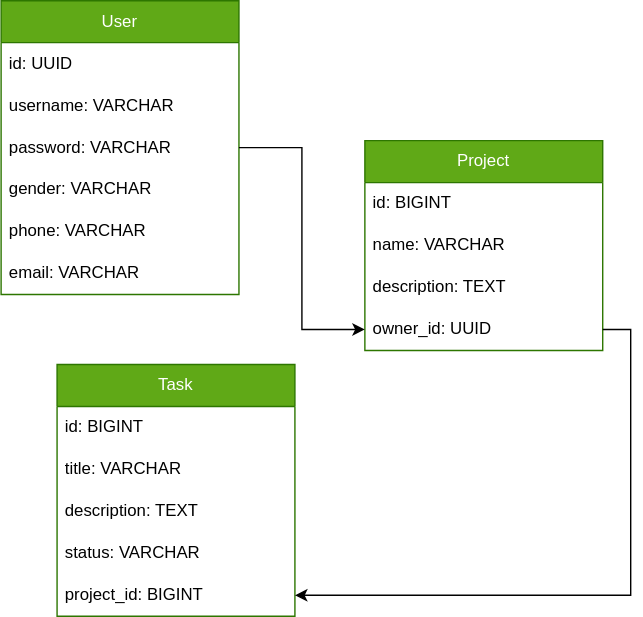
This is images/model.svg from a-slelin/TaskManagement, a draw.io export, as it was before one commit. Source tidied: cells renumbered, new cells last; positions are measured from the earlier drawing's top-left corner, leaving out a move shared by most shapes. Source of this version:
```xml
<mxGraphModel background="#FFFFFF">
  <root>
    <mxCell id="0" />
    <mxCell id="1" parent="0" />
    <mxCell id="2" value="User" style="swimlane;fontStyle=0;horizontal=1;startSize=30;whiteSpace=wrap;html=1;fillColor=#60a917;fontColor=#ffffff;strokeColor=#2D7600;" parent="1" vertex="1">
      <mxGeometry width="170" height="210" as="geometry" />
    </mxCell>
    <mxCell id="3" value="id: UUID" style="text;strokeColor=none;fillColor=none;align=left;verticalAlign=middle;spacingLeft=4;spacingRight=4;overflow=hidden;whiteSpace=wrap;html=1;" parent="2" vertex="1">
      <mxGeometry y="30" width="170" height="30" as="geometry" />
    </mxCell>
    <mxCell id="4" value="username: VARCHAR" style="text;strokeColor=none;fillColor=none;align=left;verticalAlign=middle;spacingLeft=4;spacingRight=4;overflow=hidden;whiteSpace=wrap;html=1;" parent="2" vertex="1">
      <mxGeometry y="60" width="170" height="30" as="geometry" />
    </mxCell>
    <mxCell id="5" value="password: VARCHAR" style="text;strokeColor=none;fillColor=none;align=left;verticalAlign=middle;spacingLeft=4;spacingRight=4;overflow=hidden;points=[[0,0.5],[1,0.5]];portConstraint=eastwest;whiteSpace=wrap;html=1;" parent="2" vertex="1">
      <mxGeometry y="90" width="170" height="30" as="geometry" />
    </mxCell>
    <mxCell id="6" value="gender: VARCHAR" style="text;strokeColor=none;fillColor=none;align=left;verticalAlign=middle;spacingLeft=4;spacingRight=4;overflow=hidden;whiteSpace=wrap;html=1;" parent="2" vertex="1">
      <mxGeometry y="120" width="170" height="30" as="geometry" />
    </mxCell>
    <mxCell id="7" value="phone: VARCHAR" style="text;strokeColor=none;fillColor=none;align=left;verticalAlign=middle;spacingLeft=4;spacingRight=4;overflow=hidden;whiteSpace=wrap;html=1;" parent="2" vertex="1">
      <mxGeometry y="150" width="170" height="30" as="geometry" />
    </mxCell>
    <mxCell id="8" value="email: VARCHAR" style="text;strokeColor=none;fillColor=none;align=left;verticalAlign=middle;spacingLeft=4;spacingRight=4;overflow=hidden;whiteSpace=wrap;html=1;" parent="2" vertex="1">
      <mxGeometry y="180" width="170" height="30" as="geometry" />
    </mxCell>
    <mxCell id="9" value="Project" style="swimlane;fontStyle=0;horizontal=1;startSize=30;whiteSpace=wrap;html=1;fillColor=#60a917;fontColor=#ffffff;strokeColor=#2D7600;" parent="1" vertex="1">
      <mxGeometry x="260" y="100" width="170" height="150" as="geometry" />
    </mxCell>
    <mxCell id="10" value="id: BIGINT" style="text;strokeColor=none;fillColor=none;align=left;verticalAlign=middle;spacingLeft=4;spacingRight=4;overflow=hidden;whiteSpace=wrap;html=1;" parent="9" vertex="1">
      <mxGeometry y="30" width="170" height="30" as="geometry" />
    </mxCell>
    <mxCell id="11" value="name: VARCHAR" style="text;strokeColor=none;fillColor=none;align=left;verticalAlign=middle;spacingLeft=4;spacingRight=4;overflow=hidden;whiteSpace=wrap;html=1;" parent="9" vertex="1">
      <mxGeometry y="60" width="170" height="30" as="geometry" />
    </mxCell>
    <mxCell id="12" value="description: TEXT" style="text;strokeColor=none;fillColor=none;align=left;verticalAlign=middle;spacingLeft=4;spacingRight=4;overflow=hidden;whiteSpace=wrap;html=1;" parent="9" vertex="1">
      <mxGeometry y="90" width="170" height="30" as="geometry" />
    </mxCell>
    <mxCell id="13" value="owner_id: UUID" style="text;strokeColor=none;fillColor=none;align=left;verticalAlign=middle;spacingLeft=4;spacingRight=4;overflow=hidden;points=[[0,0.5],[1,0.5]];portConstraint=eastwest;whiteSpace=wrap;html=1;" parent="9" vertex="1">
      <mxGeometry y="120" width="170" height="30" as="geometry" />
    </mxCell>
    <mxCell id="14" style="edgeStyle=orthogonalEdgeStyle;rounded=0;jettySize=auto;html=1;exitX=1;exitY=0.5;exitDx=0;exitDy=0;entryX=0;entryY=0.5;entryDx=0;entryDy=0;" parent="1" edge="1" source="5" target="13">
      <mxGeometry relative="1" as="geometry" />
    </mxCell>
    <mxCell id="15" value="Task" style="swimlane;fontStyle=0;horizontal=1;startSize=30;whiteSpace=wrap;html=1;fillColor=#60a917;fontColor=#ffffff;strokeColor=#2D7600;" parent="1" vertex="1">
      <mxGeometry x="40" y="260" width="170" height="180" as="geometry" />
    </mxCell>
    <mxCell id="16" value="id: BIGINT" style="text;strokeColor=none;fillColor=none;align=left;verticalAlign=middle;spacingLeft=4;spacingRight=4;overflow=hidden;whiteSpace=wrap;html=1;" parent="15" vertex="1">
      <mxGeometry y="30" width="170" height="30" as="geometry" />
    </mxCell>
    <mxCell id="17" value="title: VARCHAR" style="text;strokeColor=none;fillColor=none;align=left;verticalAlign=middle;spacingLeft=4;spacingRight=4;overflow=hidden;whiteSpace=wrap;html=1;" parent="15" vertex="1">
      <mxGeometry y="60" width="170" height="30" as="geometry" />
    </mxCell>
    <mxCell id="18" value="description: TEXT" style="text;strokeColor=none;fillColor=none;align=left;verticalAlign=middle;spacingLeft=4;spacingRight=4;overflow=hidden;whiteSpace=wrap;html=1;" parent="15" vertex="1">
      <mxGeometry y="90" width="170" height="30" as="geometry" />
    </mxCell>
    <mxCell id="19" value="status: VARCHAR" style="text;strokeColor=none;fillColor=none;align=left;verticalAlign=middle;spacingLeft=4;spacingRight=4;overflow=hidden;whiteSpace=wrap;html=1;" parent="15" vertex="1">
      <mxGeometry y="120" width="170" height="30" as="geometry" />
    </mxCell>
    <mxCell id="20" value="project_id: BIGINT" style="text;strokeColor=none;fillColor=none;align=left;verticalAlign=middle;spacingLeft=4;spacingRight=4;overflow=hidden;points=[[0,0.5],[1,0.5]];portConstraint=eastwest;whiteSpace=wrap;html=1;" parent="15" vertex="1">
      <mxGeometry y="150" width="170" height="30" as="geometry" />
    </mxCell>
    <mxCell id="21" style="edgeStyle=orthogonalEdgeStyle;rounded=0;jettySize=auto;html=1;exitX=1;exitY=0.5;exitDx=0;exitDy=0;entryX=1;entryY=0.5;entryDx=0;entryDy=0;" parent="1" edge="1" source="13" target="20">
      <mxGeometry relative="1" as="geometry" />
    </mxCell>
  </root>
</mxGraphModel>
```
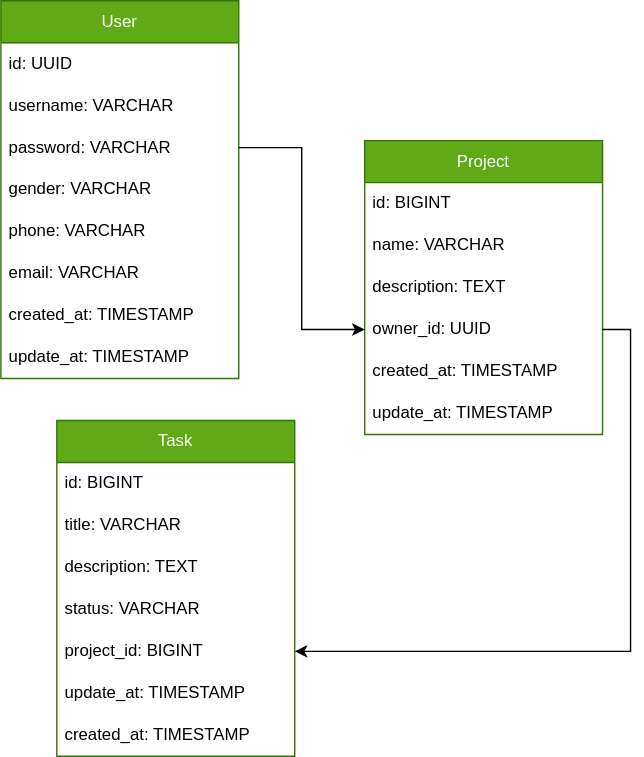
After the commit.

Diff of the diagram source:
```diff
@@ -1,9 +1,9 @@
-<mxGraphModel background="#FFFFFF">
+<mxGraphModel>
   <root>
     <mxCell id="0" />
     <mxCell id="1" parent="0" />
     <mxCell id="2" value="User" style="swimlane;fontStyle=0;horizontal=1;startSize=30;whiteSpace=wrap;html=1;fillColor=#60a917;fontColor=#ffffff;strokeColor=#2D7600;" parent="1" vertex="1">
-      <mxGeometry width="170" height="210" as="geometry" />
+      <mxGeometry width="170" height="270" as="geometry" />
     </mxCell>
     <mxCell id="3" value="id: UUID" style="text;strokeColor=none;fillColor=none;align=left;verticalAlign=middle;spacingLeft=4;spacingRight=4;overflow=hidden;whiteSpace=wrap;html=1;" parent="2" vertex="1">
       <mxGeometry y="30" width="170" height="30" as="geometry" />
@@ -23,42 +23,60 @@
     <mxCell id="8" value="email: VARCHAR" style="text;strokeColor=none;fillColor=none;align=left;verticalAlign=middle;spacingLeft=4;spacingRight=4;overflow=hidden;whiteSpace=wrap;html=1;" parent="2" vertex="1">
       <mxGeometry y="180" width="170" height="30" as="geometry" />
     </mxCell>
+    <mxCell id="22" value="created_at: TIMESTAMP" style="text;strokeColor=none;fillColor=none;align=left;verticalAlign=middle;spacingLeft=4;spacingRight=4;overflow=hidden;whiteSpace=wrap;html=1;" parent="2" vertex="1">
+      <mxGeometry y="210" width="170" height="30" as="geometry" />
+    </mxCell>
+    <mxCell id="23" value="update_at: TIMESTAMP" style="text;strokeColor=none;fillColor=none;align=left;verticalAlign=middle;spacingLeft=4;spacingRight=4;overflow=hidden;whiteSpace=wrap;html=1;" parent="2" vertex="1">
+      <mxGeometry y="240" width="170" height="30" as="geometry" />
+    </mxCell>
     <mxCell id="9" value="Project" style="swimlane;fontStyle=0;horizontal=1;startSize=30;whiteSpace=wrap;html=1;fillColor=#60a917;fontColor=#ffffff;strokeColor=#2D7600;" parent="1" vertex="1">
-      <mxGeometry x="260" y="100" width="170" height="150" as="geometry" />
+      <mxGeometry x="260" y="100" width="170" height="210" as="geometry" />
     </mxCell>
-    <mxCell id="10" value="id: BIGINT" style="text;strokeColor=none;fillColor=none;align=left;verticalAlign=middle;spacingLeft=4;spacingRight=4;overflow=hidden;whiteSpace=wrap;html=1;" parent="9" vertex="1">
-      <mxGeometry y="30" width="170" height="30" as="geometry" />
-    </mxCell>
+    <mxCell id="24" value="id: BIGINT" style="text;strokeColor=none;fillColor=none;align=left;verticalAlign=middle;spacingLeft=4;spacingRight=4;overflow=hidden;whiteSpace=wrap;html=1;" parent="9" vertex="1">
+      <mxGeometry y="30" width="170" height="30" as="geometry" />
+    </mxCell>
     <mxCell id="11" value="name: VARCHAR" style="text;strokeColor=none;fillColor=none;align=left;verticalAlign=middle;spacingLeft=4;spacingRight=4;overflow=hidden;whiteSpace=wrap;html=1;" parent="9" vertex="1">
       <mxGeometry y="60" width="170" height="30" as="geometry" />
     </mxCell>
-    <mxCell id="12" value="description: TEXT" style="text;strokeColor=none;fillColor=none;align=left;verticalAlign=middle;spacingLeft=4;spacingRight=4;overflow=hidden;whiteSpace=wrap;html=1;" parent="9" vertex="1">
-      <mxGeometry y="90" width="170" height="30" as="geometry" />
-    </mxCell>
+    <mxCell id="25" value="description: TEXT" style="text;strokeColor=none;fillColor=none;align=left;verticalAlign=middle;spacingLeft=4;spacingRight=4;overflow=hidden;whiteSpace=wrap;html=1;" parent="9" vertex="1">
+      <mxGeometry y="90" width="170" height="30" as="geometry" />
+    </mxCell>
     <mxCell id="13" value="owner_id: UUID" style="text;strokeColor=none;fillColor=none;align=left;verticalAlign=middle;spacingLeft=4;spacingRight=4;overflow=hidden;points=[[0,0.5],[1,0.5]];portConstraint=eastwest;whiteSpace=wrap;html=1;" parent="9" vertex="1">
       <mxGeometry y="120" width="170" height="30" as="geometry" />
     </mxCell>
+    <mxCell id="26" value="created_at: TIMESTAMP" style="text;strokeColor=none;fillColor=none;align=left;verticalAlign=middle;spacingLeft=4;spacingRight=4;overflow=hidden;whiteSpace=wrap;html=1;" parent="9" vertex="1">
+      <mxGeometry y="150" width="170" height="30" as="geometry" />
+    </mxCell>
+    <mxCell id="27" value="update_at: TIMESTAMP" style="text;strokeColor=none;fillColor=none;align=left;verticalAlign=middle;spacingLeft=4;spacingRight=4;overflow=hidden;whiteSpace=wrap;html=1;" parent="9" vertex="1">
+      <mxGeometry y="180" width="170" height="30" as="geometry" />
+    </mxCell>
     <mxCell id="14" style="edgeStyle=orthogonalEdgeStyle;rounded=0;jettySize=auto;html=1;exitX=1;exitY=0.5;exitDx=0;exitDy=0;entryX=0;entryY=0.5;entryDx=0;entryDy=0;" parent="1" edge="1" source="5" target="13">
       <mxGeometry relative="1" as="geometry" />
     </mxCell>
     <mxCell id="15" value="Task" style="swimlane;fontStyle=0;horizontal=1;startSize=30;whiteSpace=wrap;html=1;fillColor=#60a917;fontColor=#ffffff;strokeColor=#2D7600;" parent="1" vertex="1">
-      <mxGeometry x="40" y="260" width="170" height="180" as="geometry" />
+      <mxGeometry x="40" y="300" width="170" height="240" as="geometry" />
     </mxCell>
-    <mxCell id="16" value="id: BIGINT" style="text;strokeColor=none;fillColor=none;align=left;verticalAlign=middle;spacingLeft=4;spacingRight=4;overflow=hidden;whiteSpace=wrap;html=1;" parent="15" vertex="1">
-      <mxGeometry y="30" width="170" height="30" as="geometry" />
-    </mxCell>
+    <mxCell id="28" value="id: BIGINT" style="text;strokeColor=none;fillColor=none;align=left;verticalAlign=middle;spacingLeft=4;spacingRight=4;overflow=hidden;whiteSpace=wrap;html=1;" parent="15" vertex="1">
+      <mxGeometry y="30" width="170" height="30" as="geometry" />
+    </mxCell>
     <mxCell id="17" value="title: VARCHAR" style="text;strokeColor=none;fillColor=none;align=left;verticalAlign=middle;spacingLeft=4;spacingRight=4;overflow=hidden;whiteSpace=wrap;html=1;" parent="15" vertex="1">
       <mxGeometry y="60" width="170" height="30" as="geometry" />
     </mxCell>
-    <mxCell id="18" value="description: TEXT" style="text;strokeColor=none;fillColor=none;align=left;verticalAlign=middle;spacingLeft=4;spacingRight=4;overflow=hidden;whiteSpace=wrap;html=1;" parent="15" vertex="1">
-      <mxGeometry y="90" width="170" height="30" as="geometry" />
-    </mxCell>
+    <mxCell id="29" value="description: TEXT" style="text;strokeColor=none;fillColor=none;align=left;verticalAlign=middle;spacingLeft=4;spacingRight=4;overflow=hidden;whiteSpace=wrap;html=1;" parent="15" vertex="1">
+      <mxGeometry y="90" width="170" height="30" as="geometry" />
+    </mxCell>
     <mxCell id="19" value="status: VARCHAR" style="text;strokeColor=none;fillColor=none;align=left;verticalAlign=middle;spacingLeft=4;spacingRight=4;overflow=hidden;whiteSpace=wrap;html=1;" parent="15" vertex="1">
       <mxGeometry y="120" width="170" height="30" as="geometry" />
     </mxCell>
     <mxCell id="20" value="project_id: BIGINT" style="text;strokeColor=none;fillColor=none;align=left;verticalAlign=middle;spacingLeft=4;spacingRight=4;overflow=hidden;points=[[0,0.5],[1,0.5]];portConstraint=eastwest;whiteSpace=wrap;html=1;" parent="15" vertex="1">
       <mxGeometry y="150" width="170" height="30" as="geometry" />
     </mxCell>
+    <mxCell id="30" value="update_at: TIMESTAMP" style="text;strokeColor=none;fillColor=none;align=left;verticalAlign=middle;spacingLeft=4;spacingRight=4;overflow=hidden;whiteSpace=wrap;html=1;" parent="15" vertex="1">
+      <mxGeometry y="180" width="170" height="30" as="geometry" />
+    </mxCell>
+    <mxCell id="31" value="created_at: TIMESTAMP" style="text;strokeColor=none;fillColor=none;align=left;verticalAlign=middle;spacingLeft=4;spacingRight=4;overflow=hidden;whiteSpace=wrap;html=1;" parent="15" vertex="1">
+      <mxGeometry y="210" width="170" height="30" as="geometry" />
+    </mxCell>
     <mxCell id="21" style="edgeStyle=orthogonalEdgeStyle;rounded=0;jettySize=auto;html=1;exitX=1;exitY=0.5;exitDx=0;exitDy=0;entryX=1;entryY=0.5;entryDx=0;entryDy=0;" parent="1" edge="1" source="13" target="20">
       <mxGeometry relative="1" as="geometry" />
     </mxCell>
```
